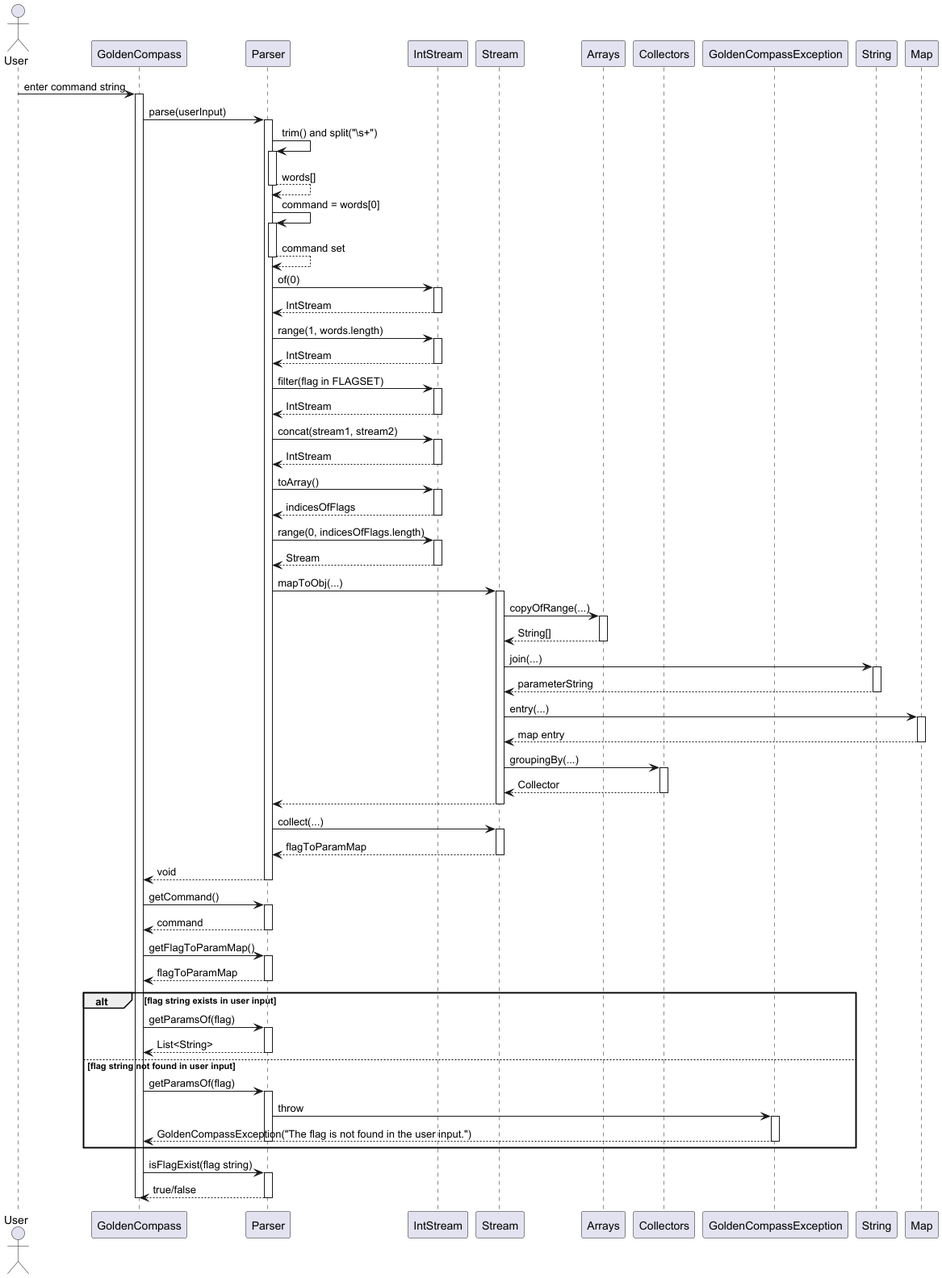
This is docs/diagrams/ParserSequenceDiagram.png from Yian123330/tp, a PlantUML export, as it was before one commit.
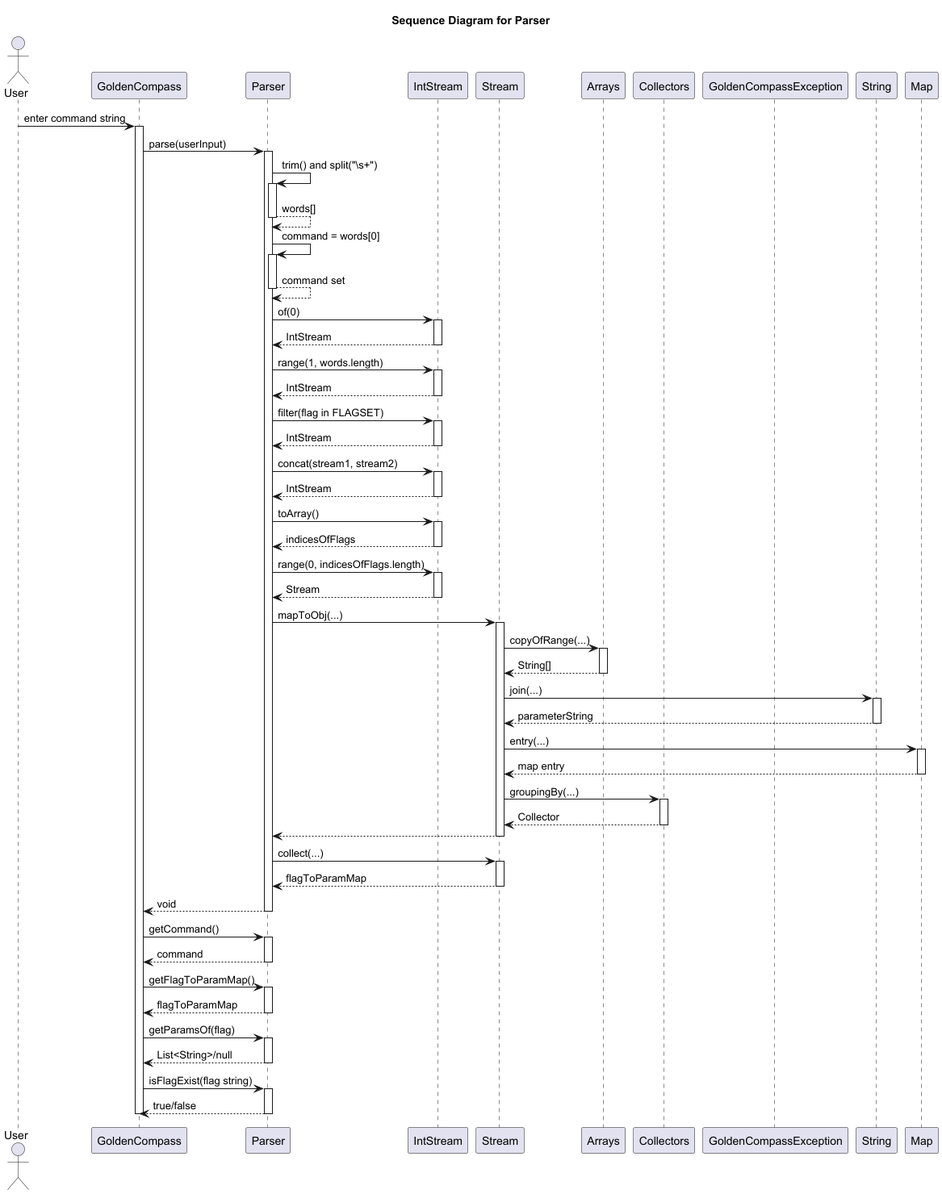
The same file after the commit.

Commit message:
Add design diagrams in DG

Diff of the diagram source:
```diff
@@ -1,4 +1,5 @@
 @startuml
+title Sequence Diagram for Parser
 
 actor User
 participant GoldenCompass
@@ -103,20 +104,10 @@
 Parser --> GoldenCompass : flagToParamMap
 deactivate Parser
 
-alt flag string exists in user input
     GoldenCompass -> Parser : getParamsOf(flag)
     activate Parser
-    Parser --> GoldenCompass : List<String>
+    Parser --> GoldenCompass : List<String>/null
     deactivate Parser
-else flag string not found in user input
-    GoldenCompass -> Parser : getParamsOf(flag)
-    activate Parser
-    Parser -> GoldenCompassException : throw
-    activate GoldenCompassException
-    GoldenCompassException --> GoldenCompass : GoldenCompassException("The flag is not found in the user input.")
-    deactivate GoldenCompassException
-    deactivate Parser
-end
 
 GoldenCompass -> Parser : isFlagExist(flag string)
 activate Parser
```
